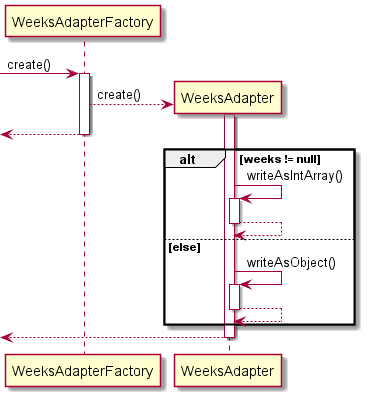
Before: docs/uml-diagrams/WeeksWrite.png, a diagram exported from PlantUML (nus-cs2113-AY2122S1/tp).
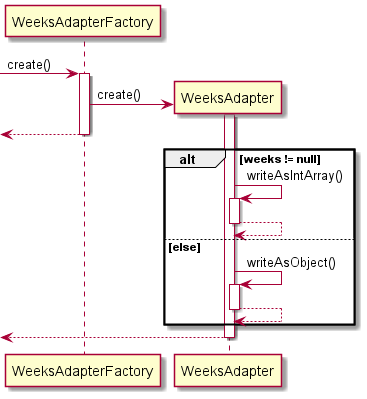
After the change.

Commit message:
Fix errors in sequence diagrams.

The edit, as a diff of the source:
```diff
@@ -3,7 +3,7 @@
 [-> WeeksAdapterFactory : create()
 activate WeeksAdapterFactory
 
-WeeksAdapterFactory --> WeeksAdapter** : create()
+WeeksAdapterFactory -> WeeksAdapter** : create()
 activate WeeksAdapter
 
 <-- WeeksAdapterFactory
```
